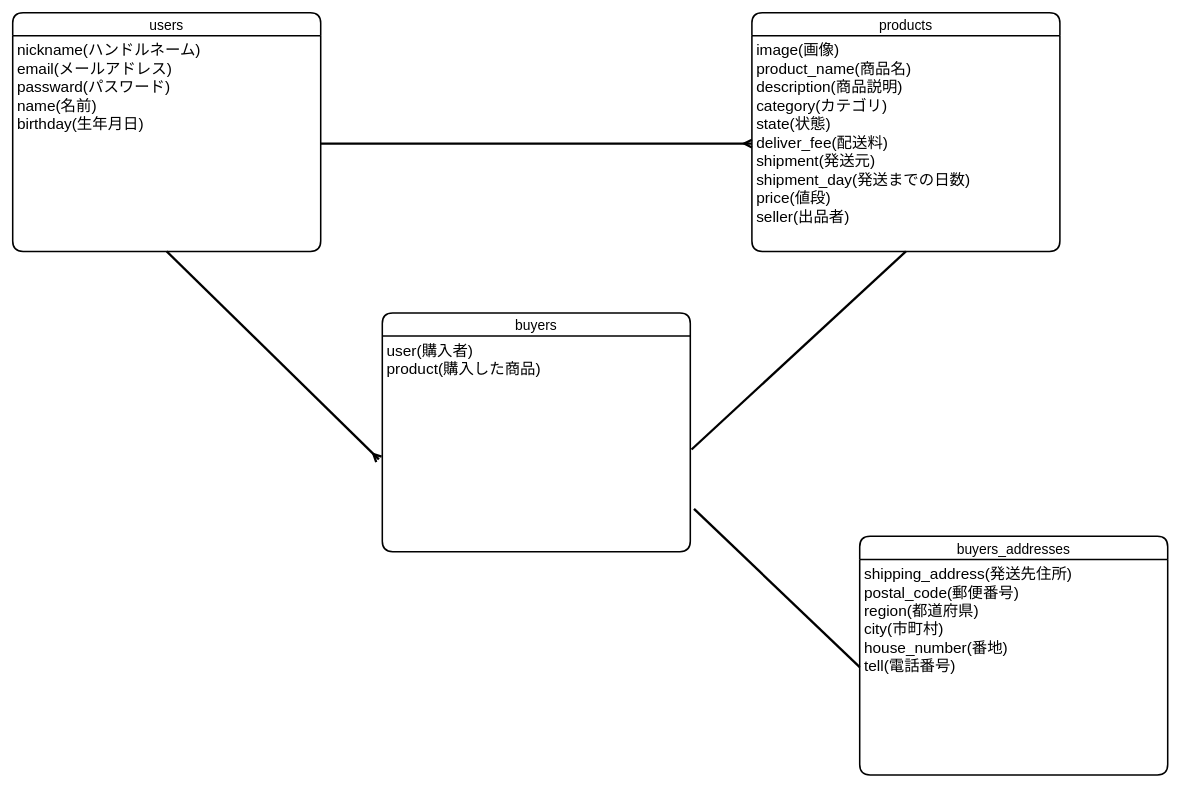
Above: ER.dio in saiki0818/furima-33940 (draw.io), before the change. Source tidied: cells renumbered, new cells numbered last; positions are measured from the earlier drawing's top-left corner, leaving out a move shared by most shapes. Both pictures are drawn from the tidied source at 77%, with x=0, y=0 at pixel (12, 12).
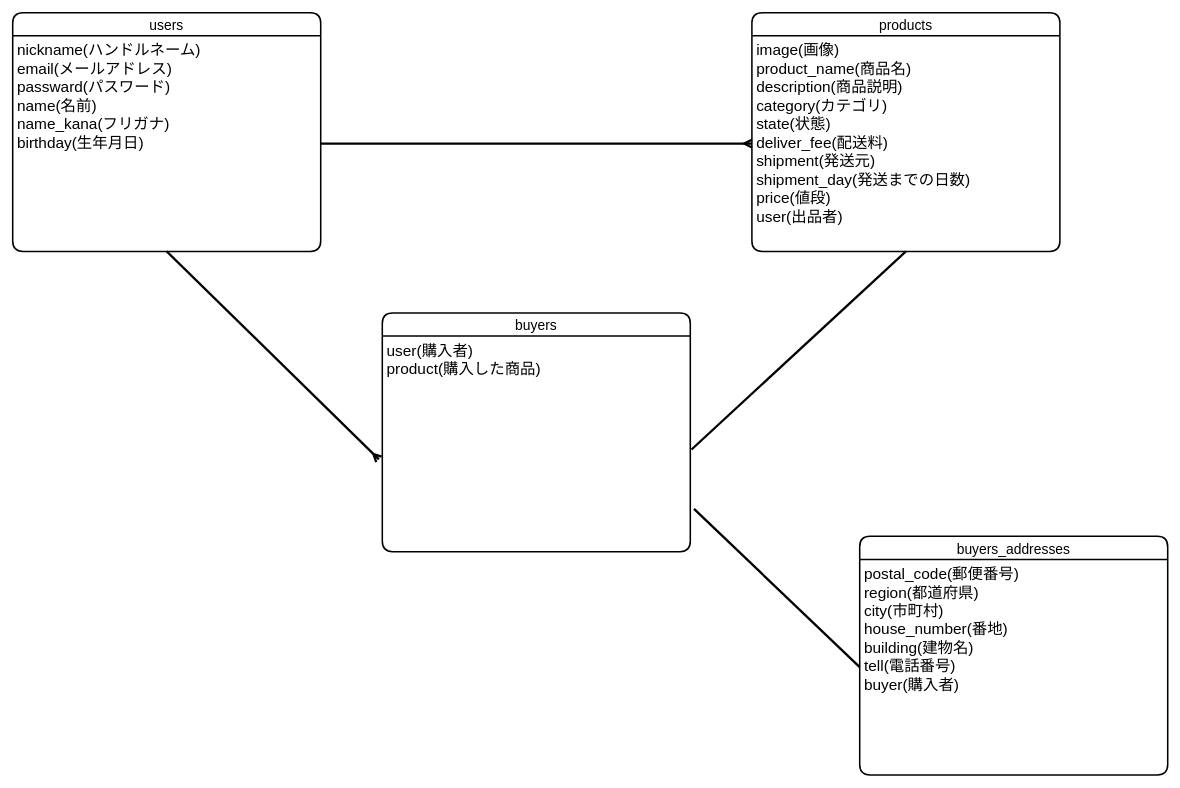
Above is the later version.

Commit message (it also covers changes not shown here):
カラム修正、アソシエーションの修正

What changed in the source:
```diff
@@
 <mxGraphModel>
   <root>
     <mxCell id="0" />
     <mxCell id="1" parent="0" />
     <mxCell id="2" value="users" style="swimlane;horizontal=1;startSize=30;rounded=1;fontSize=18;fontStyle=0;strokeWidth=2;shadow=0;dashed=0;align=center;direction=east;" parent="1" vertex="1">
       <mxGeometry width="400" height="310" as="geometry" />
     </mxCell>
-    <mxCell id="3" value="nickname(ハンドルネーム)&#10;email(メールアドレス)&#10;passward(パスワード)&#10;name(名前)&#10;birthday(生年月日)" style="align=left;strokeColor=none;fillColor=none;spacingLeft=4;fontSize=20;verticalAlign=top;" parent="2" vertex="1">
+    <mxCell id="3" value="nickname(ハンドルネーム)&#10;email(メールアドレス)&#10;passward(パスワード)&#10;name(名前)&#10;name_kana(フリガナ)&#10;birthday(生年月日)" style="align=left;strokeColor=none;fillColor=none;spacingLeft=4;fontSize=20;verticalAlign=top;" parent="2" vertex="1">
       <mxGeometry y="30" width="400" height="280" as="geometry" />
     </mxCell>
     <mxCell id="4" value="products" style="swimlane;horizontal=1;startSize=30;rounded=1;fontSize=18;fontStyle=0;strokeWidth=2;shadow=0;dashed=0;align=center;fillColor=none;" parent="1" vertex="1">
       <mxGeometry x="960" width="400" height="310" as="geometry" />
     </mxCell>
-    <mxCell id="5" value="image(画像)&#10;product_name(商品名)&#10;description(商品説明)&#10;category(カテゴリ)&#10;state(状態)&#10;deliver_fee(配送料)&#10;shipment(発送元)&#10;shipment_day(発送までの日数)&#10;price(値段)&#10;seller(出品者)" style="align=left;strokeColor=none;fillColor=none;spacingLeft=4;fontSize=20;verticalAlign=top;" parent="4" vertex="1">
+    <mxCell id="5" value="image(画像)&#10;product_name(商品名)&#10;description(商品説明)&#10;category(カテゴリ)&#10;state(状態)&#10;deliver_fee(配送料)&#10;shipment(発送元)&#10;shipment_day(発送までの日数)&#10;price(値段)&#10;user(出品者)" style="align=left;strokeColor=none;fillColor=none;spacingLeft=4;fontSize=20;verticalAlign=top;" parent="4" vertex="1">
       <mxGeometry y="30" width="400" height="280" as="geometry" />
     </mxCell>
     <mxCell id="6" value="buyers" style="swimlane;horizontal=1;startSize=30;rounded=1;fontSize=18;fontStyle=0;strokeWidth=2;shadow=0;dashed=0;align=center;" parent="1" vertex="1">
       <mxGeometry x="480" y="390" width="400" height="310" as="geometry" />
     </mxCell>
     <mxCell id="7" value="user(購入者)&#10;product(購入した商品)" style="align=left;strokeColor=none;fillColor=none;spacingLeft=4;fontSize=20;verticalAlign=top;" parent="6" vertex="1">
       <mxGeometry y="30" width="400" height="280" as="geometry" />
     </mxCell>
     <mxCell id="8" style="rounded=0;jettySize=auto;html=1;exitX=1;exitY=0.5;exitDx=0;exitDy=0;strokeWidth=3;startArrow=none;endArrow=ERmany;endFill=0;startFill=0;entryX=0;entryY=0.5;entryDx=0;entryDy=0;" parent="1" edge="1" source="3" target="5">
       <mxGeometry relative="1" as="geometry" />
     </mxCell>
     <mxCell id="9" style="edgeStyle=none;rounded=0;jettySize=auto;html=1;exitX=0.5;exitY=1;exitDx=0;exitDy=0;entryX=1.004;entryY=0.526;entryDx=0;entryDy=0;entryPerimeter=0;startArrow=none;startFill=0;endArrow=none;endFill=0;strokeWidth=3;" parent="1" edge="1" source="5" target="7">
       <mxGeometry relative="1" as="geometry" />
     </mxCell>
     <mxCell id="10" style="edgeStyle=none;rounded=0;jettySize=auto;html=1;exitX=0.5;exitY=1;exitDx=0;exitDy=0;entryX=-0.011;entryY=0.572;entryDx=0;entryDy=0;entryPerimeter=0;startArrow=none;startFill=0;endArrow=ERmany;endFill=0;strokeWidth=3;" parent="1" edge="1" source="3" target="7">
       <mxGeometry relative="1" as="geometry" />
     </mxCell>
     <mxCell id="11" value="buyers_addresses" style="swimlane;horizontal=1;startSize=30;rounded=1;fontSize=18;fontStyle=0;strokeWidth=2;shadow=0;dashed=0;align=center;" parent="1" vertex="1">
       <mxGeometry x="1100" y="680" width="400" height="310" as="geometry" />
     </mxCell>
-    <mxCell id="12" value="shipping_address(発送先住所)&#10;postal_code(郵便番号)&#10;region(都道府県)&#10;city(市町村)&#10;house_number(番地)&#10;tell(電話番号)" style="align=left;strokeColor=none;fillColor=none;spacingLeft=4;fontSize=20;verticalAlign=top;" parent="11" vertex="1">
+    <mxCell id="12" value="postal_code(郵便番号)&#10;region(都道府県)&#10;city(市町村)&#10;house_number(番地)&#10;building(建物名)&#10;tell(電話番号)&#10;buyer(購入者)" style="align=left;strokeColor=none;fillColor=none;spacingLeft=4;fontSize=20;verticalAlign=top;" parent="11" vertex="1">
       <mxGeometry y="30" width="400" height="280" as="geometry" />
     </mxCell>
     <mxCell id="13" style="edgeStyle=none;rounded=0;jettySize=auto;html=1;exitX=0;exitY=0.5;exitDx=0;exitDy=0;entryX=1.012;entryY=0.801;entryDx=0;entryDy=0;entryPerimeter=0;startArrow=none;startFill=0;endArrow=none;endFill=0;strokeWidth=3;" parent="1" edge="1" source="12" target="7">
       <mxGeometry relative="1" as="geometry" />
     </mxCell>
   </root>
 </mxGraphModel>
```
